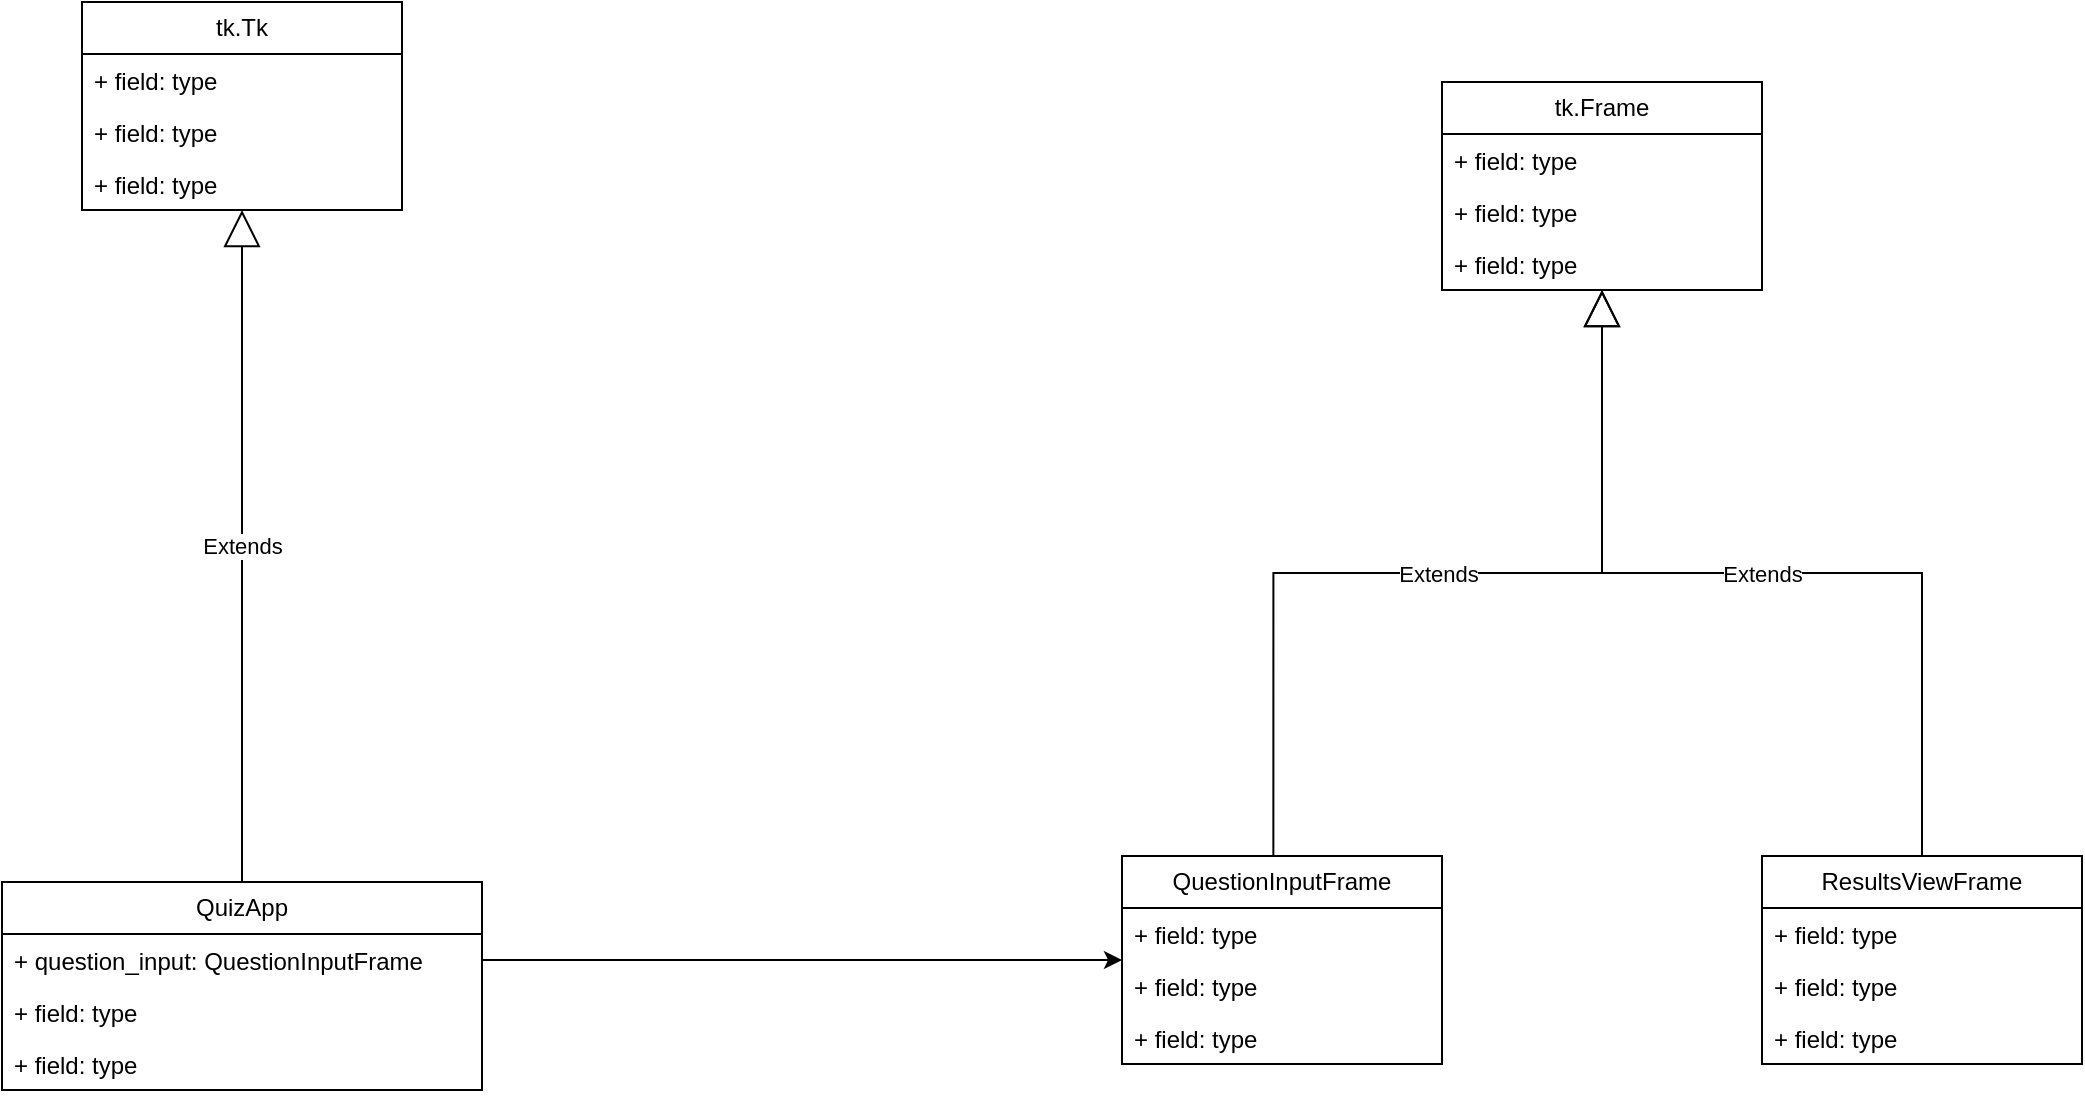
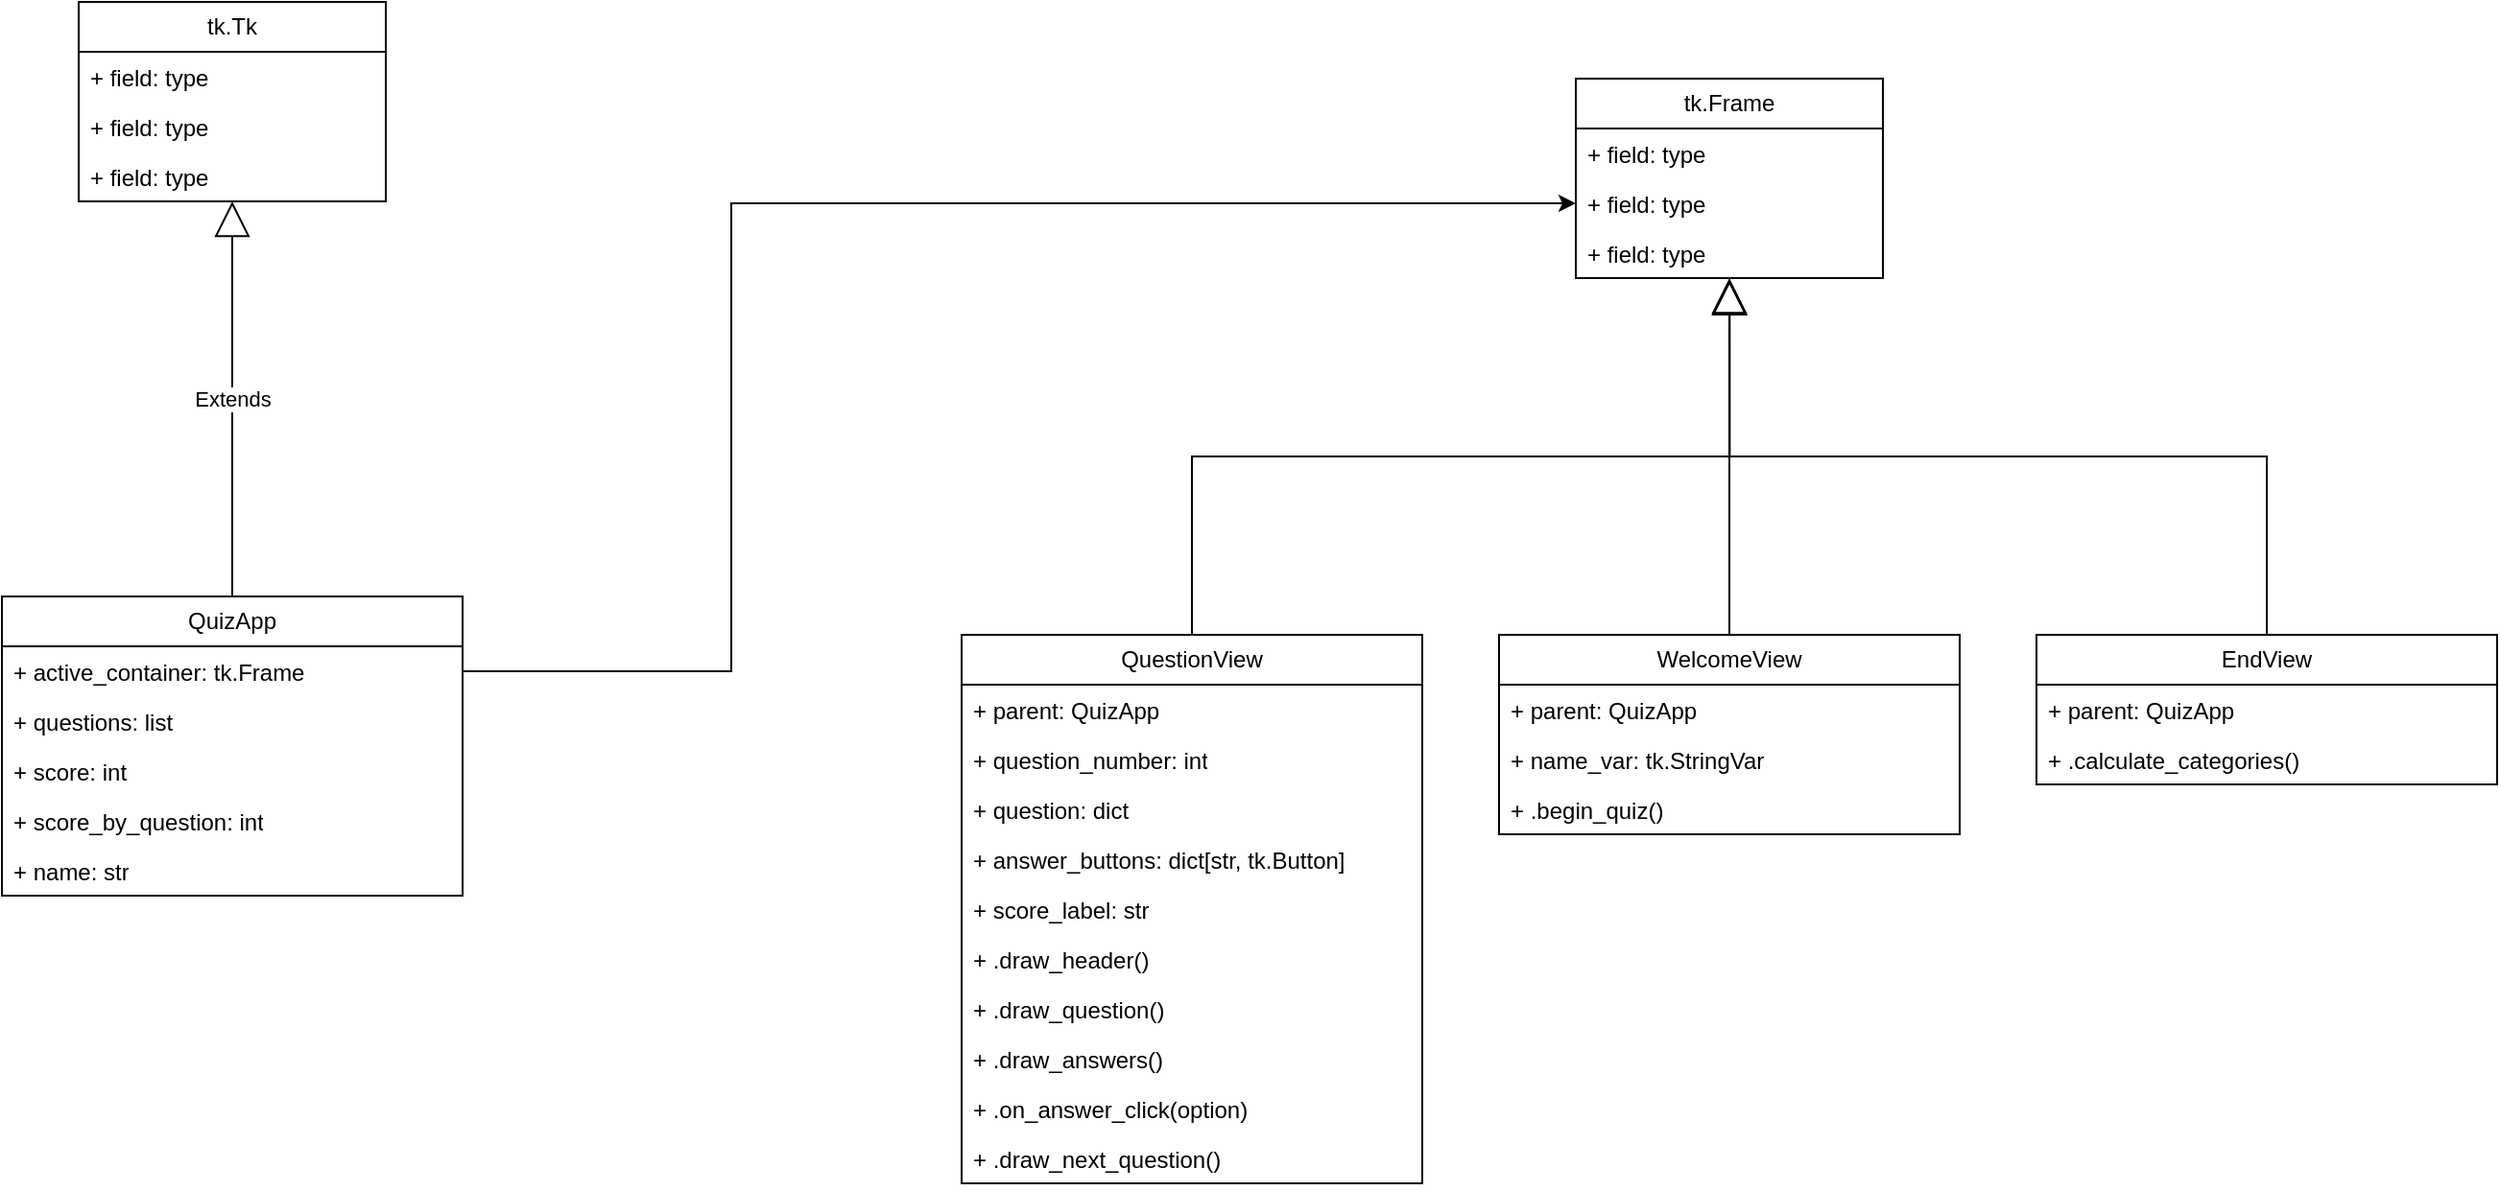
<mxfile host="app.diagrams.net">
  <diagram name="Page-1" id="6FwjxxpTnkzbZCPmhici">
-     <mxGraphModel dx="2054" dy="1142" grid="1" gridSize="10" guides="1" tooltips="1" connect="1" arrows="1" fold="1" page="1" pageScale="1" pageWidth="1654" pageHeight="2336" math="0" shadow="0">
+     <mxGraphModel dx="2002" dy="1113" grid="1" gridSize="10" guides="1" tooltips="1" connect="1" arrows="1" fold="1" page="1" pageScale="1" pageWidth="1654" pageHeight="2336" math="0" shadow="0">
      <root>
        <mxCell id="0" />
        <mxCell id="1" parent="0" />
        <mxCell id="98E6aVJNSryP0bzQtj6E-23" parent="1" style="swimlane;fontStyle=0;childLayout=stackLayout;horizontal=1;startSize=26;fillColor=none;horizontalStack=0;resizeParent=1;resizeParentMax=0;resizeLast=0;collapsible=1;marginBottom=0;whiteSpace=wrap;html=1;" value="tk.Tk" vertex="1">
          <mxGeometry height="104" width="160" x="80" y="40" as="geometry" />
        </mxCell>
        <mxCell id="98E6aVJNSryP0bzQtj6E-24" parent="98E6aVJNSryP0bzQtj6E-23" style="text;strokeColor=none;fillColor=none;align=left;verticalAlign=top;spacingLeft=4;spacingRight=4;overflow=hidden;rotatable=0;points=[[0,0.5],[1,0.5]];portConstraint=eastwest;whiteSpace=wrap;html=1;" value="+ field: type" vertex="1">
          <mxGeometry height="26" width="160" y="26" as="geometry" />
        </mxCell>
        <mxCell id="98E6aVJNSryP0bzQtj6E-25" parent="98E6aVJNSryP0bzQtj6E-23" style="text;strokeColor=none;fillColor=none;align=left;verticalAlign=top;spacingLeft=4;spacingRight=4;overflow=hidden;rotatable=0;points=[[0,0.5],[1,0.5]];portConstraint=eastwest;whiteSpace=wrap;html=1;" value="+ field: type" vertex="1">
          <mxGeometry height="26" width="160" y="52" as="geometry" />
        </mxCell>
        <mxCell id="98E6aVJNSryP0bzQtj6E-26" parent="98E6aVJNSryP0bzQtj6E-23" style="text;strokeColor=none;fillColor=none;align=left;verticalAlign=top;spacingLeft=4;spacingRight=4;overflow=hidden;rotatable=0;points=[[0,0.5],[1,0.5]];portConstraint=eastwest;whiteSpace=wrap;html=1;" value="+ field: type" vertex="1">
          <mxGeometry height="26" width="160" y="78" as="geometry" />
        </mxCell>
        <mxCell id="98E6aVJNSryP0bzQtj6E-27" parent="1" style="swimlane;fontStyle=0;childLayout=stackLayout;horizontal=1;startSize=26;fillColor=none;horizontalStack=0;resizeParent=1;resizeParentMax=0;resizeLast=0;collapsible=1;marginBottom=0;whiteSpace=wrap;html=1;" value="QuizApp" vertex="1">
-           <mxGeometry height="104" width="240" x="40" y="480" as="geometry" />
+           <mxGeometry height="156" width="240" x="40" y="350" as="geometry" />
        </mxCell>
-         <mxCell id="98E6aVJNSryP0bzQtj6E-28" parent="98E6aVJNSryP0bzQtj6E-27" style="text;strokeColor=none;fillColor=none;align=left;verticalAlign=top;spacingLeft=4;spacingRight=4;overflow=hidden;rotatable=0;points=[[0,0.5],[1,0.5]];portConstraint=eastwest;whiteSpace=wrap;html=1;" value="+ question_input: QuestionInputFrame" vertex="1">
+         <mxCell id="98E6aVJNSryP0bzQtj6E-28" parent="98E6aVJNSryP0bzQtj6E-27" style="text;strokeColor=none;fillColor=none;align=left;verticalAlign=top;spacingLeft=4;spacingRight=4;overflow=hidden;rotatable=0;points=[[0,0.5],[1,0.5]];portConstraint=eastwest;whiteSpace=wrap;html=1;" value="+ active_container: tk.Frame" vertex="1">
          <mxGeometry height="26" width="240" y="26" as="geometry" />
        </mxCell>
-         <mxCell id="98E6aVJNSryP0bzQtj6E-29" parent="98E6aVJNSryP0bzQtj6E-27" style="text;strokeColor=none;fillColor=none;align=left;verticalAlign=top;spacingLeft=4;spacingRight=4;overflow=hidden;rotatable=0;points=[[0,0.5],[1,0.5]];portConstraint=eastwest;whiteSpace=wrap;html=1;" value="+ field: type" vertex="1">
+         <mxCell id="98E6aVJNSryP0bzQtj6E-29" parent="98E6aVJNSryP0bzQtj6E-27" style="text;strokeColor=none;fillColor=none;align=left;verticalAlign=top;spacingLeft=4;spacingRight=4;overflow=hidden;rotatable=0;points=[[0,0.5],[1,0.5]];portConstraint=eastwest;whiteSpace=wrap;html=1;" value="+ questions: list" vertex="1">
          <mxGeometry height="26" width="240" y="52" as="geometry" />
        </mxCell>
-         <mxCell id="98E6aVJNSryP0bzQtj6E-30" parent="98E6aVJNSryP0bzQtj6E-27" style="text;strokeColor=none;fillColor=none;align=left;verticalAlign=top;spacingLeft=4;spacingRight=4;overflow=hidden;rotatable=0;points=[[0,0.5],[1,0.5]];portConstraint=eastwest;whiteSpace=wrap;html=1;" value="+ field: type" vertex="1">
+         <mxCell id="98E6aVJNSryP0bzQtj6E-30" parent="98E6aVJNSryP0bzQtj6E-27" style="text;strokeColor=none;fillColor=none;align=left;verticalAlign=top;spacingLeft=4;spacingRight=4;overflow=hidden;rotatable=0;points=[[0,0.5],[1,0.5]];portConstraint=eastwest;whiteSpace=wrap;html=1;" value="+ score: int" vertex="1">
          <mxGeometry height="26" width="240" y="78" as="geometry" />
        </mxCell>
+         <mxCell id="iqno4ogP3t2WggpnyNVe-1" parent="98E6aVJNSryP0bzQtj6E-27" style="text;strokeColor=none;fillColor=none;align=left;verticalAlign=top;spacingLeft=4;spacingRight=4;overflow=hidden;rotatable=0;points=[[0,0.5],[1,0.5]];portConstraint=eastwest;whiteSpace=wrap;html=1;" value="+ score_by_question: int" vertex="1">
+           <mxGeometry height="26" width="240" y="104" as="geometry" />
+         </mxCell>
+         <mxCell id="iqno4ogP3t2WggpnyNVe-2" parent="98E6aVJNSryP0bzQtj6E-27" style="text;strokeColor=none;fillColor=none;align=left;verticalAlign=top;spacingLeft=4;spacingRight=4;overflow=hidden;rotatable=0;points=[[0,0.5],[1,0.5]];portConstraint=eastwest;whiteSpace=wrap;html=1;" value="+ name: str" vertex="1">
+           <mxGeometry height="26" width="240" y="130" as="geometry" />
+         </mxCell>
        <mxCell id="98E6aVJNSryP0bzQtj6E-32" parent="1" style="swimlane;fontStyle=0;childLayout=stackLayout;horizontal=1;startSize=26;fillColor=none;horizontalStack=0;resizeParent=1;resizeParentMax=0;resizeLast=0;collapsible=1;marginBottom=0;whiteSpace=wrap;html=1;" value="tk.Frame" vertex="1">
-           <mxGeometry height="104" width="160" x="760" y="80" as="geometry" />
+           <mxGeometry height="104" width="160" x="860" y="80" as="geometry" />
        </mxCell>
        <mxCell id="98E6aVJNSryP0bzQtj6E-33" parent="98E6aVJNSryP0bzQtj6E-32" style="text;strokeColor=none;fillColor=none;align=left;verticalAlign=top;spacingLeft=4;spacingRight=4;overflow=hidden;rotatable=0;points=[[0,0.5],[1,0.5]];portConstraint=eastwest;whiteSpace=wrap;html=1;" value="+ field: type" vertex="1">
          <mxGeometry height="26" width="160" y="26" as="geometry" />
        </mxCell>
        <mxCell id="98E6aVJNSryP0bzQtj6E-34" parent="98E6aVJNSryP0bzQtj6E-32" style="text;strokeColor=none;fillColor=none;align=left;verticalAlign=top;spacingLeft=4;spacingRight=4;overflow=hidden;rotatable=0;points=[[0,0.5],[1,0.5]];portConstraint=eastwest;whiteSpace=wrap;html=1;" value="+ field: type" vertex="1">
          <mxGeometry height="26" width="160" y="52" as="geometry" />
        </mxCell>
        <mxCell id="98E6aVJNSryP0bzQtj6E-35" parent="98E6aVJNSryP0bzQtj6E-32" style="text;strokeColor=none;fillColor=none;align=left;verticalAlign=top;spacingLeft=4;spacingRight=4;overflow=hidden;rotatable=0;points=[[0,0.5],[1,0.5]];portConstraint=eastwest;whiteSpace=wrap;html=1;" value="+ field: type" vertex="1">
          <mxGeometry height="26" width="160" y="78" as="geometry" />
        </mxCell>
-         <mxCell id="98E6aVJNSryP0bzQtj6E-40" parent="1" style="swimlane;fontStyle=0;childLayout=stackLayout;horizontal=1;startSize=26;fillColor=none;horizontalStack=0;resizeParent=1;resizeParentMax=0;resizeLast=0;collapsible=1;marginBottom=0;whiteSpace=wrap;html=1;" value="QuestionInputFrame" vertex="1">
-           <mxGeometry height="104" width="160" x="600" y="467" as="geometry" />
+         <mxCell id="98E6aVJNSryP0bzQtj6E-40" parent="1" style="swimlane;fontStyle=0;childLayout=stackLayout;horizontal=1;startSize=26;fillColor=none;horizontalStack=0;resizeParent=1;resizeParentMax=0;resizeLast=0;collapsible=1;marginBottom=0;whiteSpace=wrap;html=1;" value="QuestionView" vertex="1">
+           <mxGeometry height="286" width="240" x="540" y="370" as="geometry" />
        </mxCell>
-         <mxCell id="98E6aVJNSryP0bzQtj6E-41" parent="98E6aVJNSryP0bzQtj6E-40" style="text;strokeColor=none;fillColor=none;align=left;verticalAlign=top;spacingLeft=4;spacingRight=4;overflow=hidden;rotatable=0;points=[[0,0.5],[1,0.5]];portConstraint=eastwest;whiteSpace=wrap;html=1;" value="+ field: type" vertex="1">
-           <mxGeometry height="26" width="160" y="26" as="geometry" />
+         <mxCell id="98E6aVJNSryP0bzQtj6E-41" parent="98E6aVJNSryP0bzQtj6E-40" style="text;strokeColor=none;fillColor=none;align=left;verticalAlign=top;spacingLeft=4;spacingRight=4;overflow=hidden;rotatable=0;points=[[0,0.5],[1,0.5]];portConstraint=eastwest;whiteSpace=wrap;html=1;" value="+ parent: QuizApp" vertex="1">
+           <mxGeometry height="26" width="240" y="26" as="geometry" />
        </mxCell>
-         <mxCell id="98E6aVJNSryP0bzQtj6E-42" parent="98E6aVJNSryP0bzQtj6E-40" style="text;strokeColor=none;fillColor=none;align=left;verticalAlign=top;spacingLeft=4;spacingRight=4;overflow=hidden;rotatable=0;points=[[0,0.5],[1,0.5]];portConstraint=eastwest;whiteSpace=wrap;html=1;" value="+ field: type" vertex="1">
-           <mxGeometry height="26" width="160" y="52" as="geometry" />
+         <mxCell id="98E6aVJNSryP0bzQtj6E-42" parent="98E6aVJNSryP0bzQtj6E-40" style="text;strokeColor=none;fillColor=none;align=left;verticalAlign=top;spacingLeft=4;spacingRight=4;overflow=hidden;rotatable=0;points=[[0,0.5],[1,0.5]];portConstraint=eastwest;whiteSpace=wrap;html=1;" value="+ question_number: int" vertex="1">
+           <mxGeometry height="26" width="240" y="52" as="geometry" />
        </mxCell>
-         <mxCell id="98E6aVJNSryP0bzQtj6E-43" parent="98E6aVJNSryP0bzQtj6E-40" style="text;strokeColor=none;fillColor=none;align=left;verticalAlign=top;spacingLeft=4;spacingRight=4;overflow=hidden;rotatable=0;points=[[0,0.5],[1,0.5]];portConstraint=eastwest;whiteSpace=wrap;html=1;" value="+ field: type" vertex="1">
-           <mxGeometry height="26" width="160" y="78" as="geometry" />
+         <mxCell id="iqno4ogP3t2WggpnyNVe-3" parent="98E6aVJNSryP0bzQtj6E-40" style="text;strokeColor=none;fillColor=none;align=left;verticalAlign=top;spacingLeft=4;spacingRight=4;overflow=hidden;rotatable=0;points=[[0,0.5],[1,0.5]];portConstraint=eastwest;whiteSpace=wrap;html=1;" value="+ question: dict" vertex="1">
+           <mxGeometry height="26" width="240" y="78" as="geometry" />
        </mxCell>
-         <mxCell id="98E6aVJNSryP0bzQtj6E-46" parent="1" style="swimlane;fontStyle=0;childLayout=stackLayout;horizontal=1;startSize=26;fillColor=none;horizontalStack=0;resizeParent=1;resizeParentMax=0;resizeLast=0;collapsible=1;marginBottom=0;whiteSpace=wrap;html=1;" value="ResultsViewFrame" vertex="1">
-           <mxGeometry height="104" width="160" x="920" y="467" as="geometry" />
+         <mxCell id="98E6aVJNSryP0bzQtj6E-43" parent="98E6aVJNSryP0bzQtj6E-40" style="text;strokeColor=none;fillColor=none;align=left;verticalAlign=top;spacingLeft=4;spacingRight=4;overflow=hidden;rotatable=0;points=[[0,0.5],[1,0.5]];portConstraint=eastwest;whiteSpace=wrap;html=1;" value="+ answer_buttons: dict[str, tk.Button]" vertex="1">
+           <mxGeometry height="26" width="240" y="104" as="geometry" />
        </mxCell>
-         <mxCell id="98E6aVJNSryP0bzQtj6E-47" parent="98E6aVJNSryP0bzQtj6E-46" style="text;strokeColor=none;fillColor=none;align=left;verticalAlign=top;spacingLeft=4;spacingRight=4;overflow=hidden;rotatable=0;points=[[0,0.5],[1,0.5]];portConstraint=eastwest;whiteSpace=wrap;html=1;" value="+ field: type" vertex="1">
-           <mxGeometry height="26" width="160" y="26" as="geometry" />
+         <mxCell id="iqno4ogP3t2WggpnyNVe-8" parent="98E6aVJNSryP0bzQtj6E-40" style="text;strokeColor=none;fillColor=none;align=left;verticalAlign=top;spacingLeft=4;spacingRight=4;overflow=hidden;rotatable=0;points=[[0,0.5],[1,0.5]];portConstraint=eastwest;whiteSpace=wrap;html=1;" value="+ score_label: str" vertex="1">
+           <mxGeometry height="26" width="240" y="130" as="geometry" />
        </mxCell>
-         <mxCell id="98E6aVJNSryP0bzQtj6E-48" parent="98E6aVJNSryP0bzQtj6E-46" style="text;strokeColor=none;fillColor=none;align=left;verticalAlign=top;spacingLeft=4;spacingRight=4;overflow=hidden;rotatable=0;points=[[0,0.5],[1,0.5]];portConstraint=eastwest;whiteSpace=wrap;html=1;" value="+ field: type" vertex="1">
-           <mxGeometry height="26" width="160" y="52" as="geometry" />
+         <mxCell id="iqno4ogP3t2WggpnyNVe-9" parent="98E6aVJNSryP0bzQtj6E-40" style="text;strokeColor=none;fillColor=none;align=left;verticalAlign=top;spacingLeft=4;spacingRight=4;overflow=hidden;rotatable=0;points=[[0,0.5],[1,0.5]];portConstraint=eastwest;whiteSpace=wrap;html=1;" value="+ .draw_header()" vertex="1">
+           <mxGeometry height="26" width="240" y="156" as="geometry" />
        </mxCell>
-         <mxCell id="98E6aVJNSryP0bzQtj6E-49" parent="98E6aVJNSryP0bzQtj6E-46" style="text;strokeColor=none;fillColor=none;align=left;verticalAlign=top;spacingLeft=4;spacingRight=4;overflow=hidden;rotatable=0;points=[[0,0.5],[1,0.5]];portConstraint=eastwest;whiteSpace=wrap;html=1;" value="+ field: type" vertex="1">
-           <mxGeometry height="26" width="160" y="78" as="geometry" />
+         <mxCell id="iqno4ogP3t2WggpnyNVe-10" parent="98E6aVJNSryP0bzQtj6E-40" style="text;strokeColor=none;fillColor=none;align=left;verticalAlign=top;spacingLeft=4;spacingRight=4;overflow=hidden;rotatable=0;points=[[0,0.5],[1,0.5]];portConstraint=eastwest;whiteSpace=wrap;html=1;" value="+ .draw_question()" vertex="1">
+           <mxGeometry height="26" width="240" y="182" as="geometry" />
        </mxCell>
-         <mxCell id="98E6aVJNSryP0bzQtj6E-59" edge="1" parent="1" source="98E6aVJNSryP0bzQtj6E-40" style="endArrow=block;endSize=16;endFill=0;html=1;rounded=0;exitX=0.473;exitY=0.002;exitDx=0;exitDy=0;exitPerimeter=0;entryX=0.5;entryY=1;entryDx=0;entryDy=0;edgeStyle=orthogonalEdgeStyle;" target="98E6aVJNSryP0bzQtj6E-32" value="Extends">
+         <mxCell id="iqno4ogP3t2WggpnyNVe-11" parent="98E6aVJNSryP0bzQtj6E-40" style="text;strokeColor=none;fillColor=none;align=left;verticalAlign=top;spacingLeft=4;spacingRight=4;overflow=hidden;rotatable=0;points=[[0,0.5],[1,0.5]];portConstraint=eastwest;whiteSpace=wrap;html=1;" value="+ .draw_answers()" vertex="1">
+           <mxGeometry height="26" width="240" y="208" as="geometry" />
+         </mxCell>
+         <mxCell id="iqno4ogP3t2WggpnyNVe-12" parent="98E6aVJNSryP0bzQtj6E-40" style="text;strokeColor=none;fillColor=none;align=left;verticalAlign=top;spacingLeft=4;spacingRight=4;overflow=hidden;rotatable=0;points=[[0,0.5],[1,0.5]];portConstraint=eastwest;whiteSpace=wrap;html=1;" value="+ .on_answer_click(option)" vertex="1">
+           <mxGeometry height="26" width="240" y="234" as="geometry" />
+         </mxCell>
+         <mxCell id="iqno4ogP3t2WggpnyNVe-13" parent="98E6aVJNSryP0bzQtj6E-40" style="text;strokeColor=none;fillColor=none;align=left;verticalAlign=top;spacingLeft=4;spacingRight=4;overflow=hidden;rotatable=0;points=[[0,0.5],[1,0.5]];portConstraint=eastwest;whiteSpace=wrap;html=1;" value="+ .draw_next_question()" vertex="1">
+           <mxGeometry height="26" width="240" y="260" as="geometry" />
+         </mxCell>
+         <mxCell id="98E6aVJNSryP0bzQtj6E-59" edge="1" parent="1" source="98E6aVJNSryP0bzQtj6E-40" style="endArrow=block;endSize=16;endFill=0;html=1;rounded=0;exitX=0.5;exitY=0;exitDx=0;exitDy=0;edgeStyle=orthogonalEdgeStyle;entryX=0.5;entryY=1;entryDx=0;entryDy=0;" target="98E6aVJNSryP0bzQtj6E-32" value="">
          <mxGeometry relative="1" width="160" as="geometry">
-             <mxPoint x="410" y="490" as="sourcePoint" />
-             <mxPoint x="570" y="490" as="targetPoint" />
+             <mxPoint x="646" y="522.99" as="sourcePoint" />
+             <mxPoint x="827.28" y="200.00200000000007" as="targetPoint" />
          </mxGeometry>
        </mxCell>
-         <mxCell id="98E6aVJNSryP0bzQtj6E-62" edge="1" parent="1" source="98E6aVJNSryP0bzQtj6E-46" style="endArrow=block;endSize=16;endFill=0;html=1;rounded=0;exitX=0.5;exitY=0;exitDx=0;exitDy=0;edgeStyle=orthogonalEdgeStyle;" target="98E6aVJNSryP0bzQtj6E-32" value="Extends">
-           <mxGeometry relative="1" width="160" as="geometry">
-             <mxPoint x="670" y="460" as="sourcePoint" />
-             <mxPoint x="640" y="430" as="targetPoint" />
+         <mxCell id="98E6aVJNSryP0bzQtj6E-65" edge="1" parent="1" source="98E6aVJNSryP0bzQtj6E-28" style="edgeStyle=orthogonalEdgeStyle;rounded=0;orthogonalLoop=1;jettySize=auto;html=1;entryX=0;entryY=0.5;entryDx=0;entryDy=0;" target="98E6aVJNSryP0bzQtj6E-34">
+           <mxGeometry relative="1" as="geometry">
+             <Array as="points">
+               <mxPoint x="420" y="389" />
+               <mxPoint x="420" y="145" />
+             </Array>
          </mxGeometry>
-         </mxCell>
-         <mxCell id="98E6aVJNSryP0bzQtj6E-65" edge="1" parent="1" source="98E6aVJNSryP0bzQtj6E-28" style="edgeStyle=orthogonalEdgeStyle;rounded=0;orthogonalLoop=1;jettySize=auto;html=1;" target="98E6aVJNSryP0bzQtj6E-40">
-           <mxGeometry relative="1" as="geometry" />
        </mxCell>
        <mxCell id="98E6aVJNSryP0bzQtj6E-66" edge="1" parent="1" source="98E6aVJNSryP0bzQtj6E-27" style="endArrow=block;endSize=16;endFill=0;html=1;rounded=0;exitX=0.5;exitY=0;exitDx=0;exitDy=0;edgeStyle=orthogonalEdgeStyle;" target="98E6aVJNSryP0bzQtj6E-23" value="Extends">
          <mxGeometry relative="1" width="160" as="geometry">
            <mxPoint x="150" y="296" as="sourcePoint" />
            <mxPoint x="289" y="120" as="targetPoint" />
          </mxGeometry>
        </mxCell>
+         <mxCell id="iqno4ogP3t2WggpnyNVe-14" parent="1" style="swimlane;fontStyle=0;childLayout=stackLayout;horizontal=1;startSize=26;fillColor=none;horizontalStack=0;resizeParent=1;resizeParentMax=0;resizeLast=0;collapsible=1;marginBottom=0;whiteSpace=wrap;html=1;" value="WelcomeView" vertex="1">
+           <mxGeometry height="104" width="240" x="820" y="370" as="geometry" />
+         </mxCell>
+         <mxCell id="iqno4ogP3t2WggpnyNVe-15" parent="iqno4ogP3t2WggpnyNVe-14" style="text;strokeColor=none;fillColor=none;align=left;verticalAlign=top;spacingLeft=4;spacingRight=4;overflow=hidden;rotatable=0;points=[[0,0.5],[1,0.5]];portConstraint=eastwest;whiteSpace=wrap;html=1;" value="+ parent: QuizApp" vertex="1">
+           <mxGeometry height="26" width="240" y="26" as="geometry" />
+         </mxCell>
+         <mxCell id="iqno4ogP3t2WggpnyNVe-16" parent="iqno4ogP3t2WggpnyNVe-14" style="text;strokeColor=none;fillColor=none;align=left;verticalAlign=top;spacingLeft=4;spacingRight=4;overflow=hidden;rotatable=0;points=[[0,0.5],[1,0.5]];portConstraint=eastwest;whiteSpace=wrap;html=1;" value="+ name_var: tk.StringVar" vertex="1">
+           <mxGeometry height="26" width="240" y="52" as="geometry" />
+         </mxCell>
+         <mxCell id="iqno4ogP3t2WggpnyNVe-20" parent="iqno4ogP3t2WggpnyNVe-14" style="text;strokeColor=none;fillColor=none;align=left;verticalAlign=top;spacingLeft=4;spacingRight=4;overflow=hidden;rotatable=0;points=[[0,0.5],[1,0.5]];portConstraint=eastwest;whiteSpace=wrap;html=1;" value="+ .begin_quiz()" vertex="1">
+           <mxGeometry height="26" width="240" y="78" as="geometry" />
+         </mxCell>
+         <mxCell id="iqno4ogP3t2WggpnyNVe-26" edge="1" parent="1" source="iqno4ogP3t2WggpnyNVe-14" style="endArrow=block;endSize=16;endFill=0;html=1;rounded=0;exitX=0.5;exitY=0;exitDx=0;exitDy=0;edgeStyle=orthogonalEdgeStyle;entryX=0.5;entryY=1.036;entryDx=0;entryDy=0;entryPerimeter=0;" target="98E6aVJNSryP0bzQtj6E-35" value="">
+           <mxGeometry relative="1" width="160" as="geometry">
+             <mxPoint x="1037" y="260" as="sourcePoint" />
+             <mxPoint x="840" y="190" as="targetPoint" />
+           </mxGeometry>
+         </mxCell>
+         <mxCell id="iqno4ogP3t2WggpnyNVe-27" parent="1" style="swimlane;fontStyle=0;childLayout=stackLayout;horizontal=1;startSize=26;fillColor=none;horizontalStack=0;resizeParent=1;resizeParentMax=0;resizeLast=0;collapsible=1;marginBottom=0;whiteSpace=wrap;html=1;" value="EndView" vertex="1">
+           <mxGeometry height="78" width="240" x="1100" y="370" as="geometry" />
+         </mxCell>
+         <mxCell id="iqno4ogP3t2WggpnyNVe-28" parent="iqno4ogP3t2WggpnyNVe-27" style="text;strokeColor=none;fillColor=none;align=left;verticalAlign=top;spacingLeft=4;spacingRight=4;overflow=hidden;rotatable=0;points=[[0,0.5],[1,0.5]];portConstraint=eastwest;whiteSpace=wrap;html=1;" value="+ parent: QuizApp" vertex="1">
+           <mxGeometry height="26" width="240" y="26" as="geometry" />
+         </mxCell>
+         <mxCell id="iqno4ogP3t2WggpnyNVe-29" parent="iqno4ogP3t2WggpnyNVe-27" style="text;strokeColor=none;fillColor=none;align=left;verticalAlign=top;spacingLeft=4;spacingRight=4;overflow=hidden;rotatable=0;points=[[0,0.5],[1,0.5]];portConstraint=eastwest;whiteSpace=wrap;html=1;" value="+ .calculate_categories()" vertex="1">
+           <mxGeometry height="26" width="240" y="52" as="geometry" />
+         </mxCell>
+         <mxCell id="iqno4ogP3t2WggpnyNVe-33" edge="1" parent="1" source="iqno4ogP3t2WggpnyNVe-27" style="endArrow=block;endSize=16;endFill=0;html=1;rounded=0;exitX=0.5;exitY=0;exitDx=0;exitDy=0;edgeStyle=orthogonalEdgeStyle;entryX=0.501;entryY=1.031;entryDx=0;entryDy=0;entryPerimeter=0;" target="98E6aVJNSryP0bzQtj6E-35" value="">
+           <mxGeometry relative="1" width="160" as="geometry">
+             <mxPoint x="1353.76" y="328.01" as="sourcePoint" />
+             <mxPoint x="1040" y="183.998" as="targetPoint" />
+           </mxGeometry>
+         </mxCell>
      </root>
    </mxGraphModel>
  </diagram>
</mxfile>
